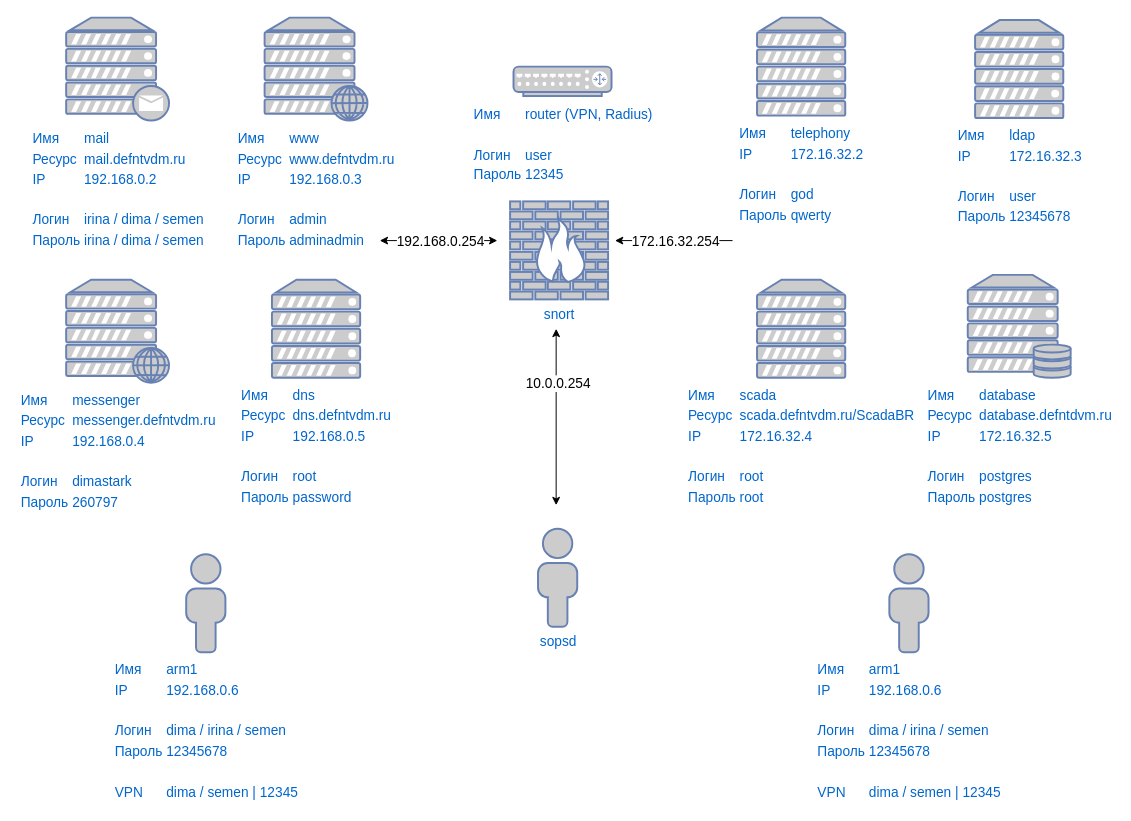
Before: SOPKA.drawio in dimastark/provider-tasks, a draw.io diagram. Source tidied: cells renumbered, new cells numbered last; positions are measured from the earlier drawing's top-left corner, leaving out a move shared by most shapes. Both pictures are drawn from the tidied source at 98%, with x=0, y=0 at pixel (66, 17).
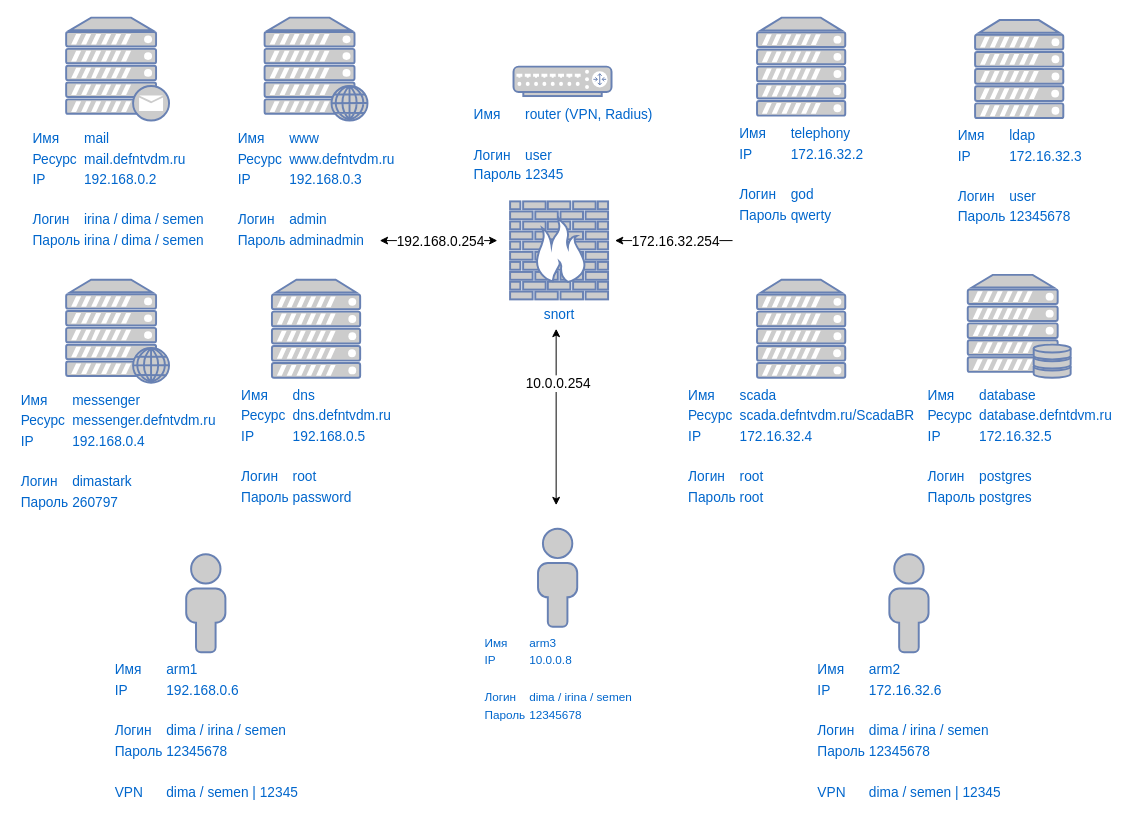
After the change.

The change refers to these unchanged cells:
```xml
<mxCell id="11" style="group;" parent="1" vertex="1">
  <mxGeometry x="705" y="0.5" width="320" height="647.5" as="geometry" />
</mxCell>
```

Diff of the diagram source:
```diff
@@
-    <mxCell id="2" value="&lt;div style=&quot;text-align: left&quot;&gt;&lt;span style=&quot;font-size: 14px&quot;&gt;sopsd&lt;/span&gt;&lt;/div&gt;" style="fontColor=#0066CC;verticalAlign=top;verticalLabelPosition=bottom;labelPosition=center;align=center;html=1;fillColor=#CCCCCC;strokeColor=#6881B3;gradientColor=none;gradientDirection=north;strokeWidth=2;shape=mxgraph.networks.user_male;fontSize=12;" parent="1" vertex="1">
+    <mxCell id="2" value="&lt;div style=&quot;text-align: left&quot;&gt;&lt;table&gt;&lt;tbody&gt;&lt;tr&gt;&lt;td&gt;Имя&lt;/td&gt;&lt;td&gt;arm3&lt;/td&gt;&lt;/tr&gt;&lt;tr&gt;&lt;td&gt;IP&lt;/td&gt;&lt;td&gt;10.0.0.8&lt;/td&gt;&lt;/tr&gt;&lt;tr&gt;&lt;td&gt;&lt;br&gt;&lt;/td&gt;&lt;td&gt;&lt;br&gt;&lt;/td&gt;&lt;/tr&gt;&lt;tr&gt;&lt;td&gt;Логин&lt;/td&gt;&lt;td&gt;dima / irina / semen&lt;/td&gt;&lt;/tr&gt;&lt;tr&gt;&lt;td&gt;Пароль&lt;/td&gt;&lt;td&gt;12345678&lt;/td&gt;&lt;/tr&gt;&lt;tr&gt;&lt;td&gt;&lt;br&gt;&lt;/td&gt;&lt;td&gt;&lt;br&gt;&lt;/td&gt;&lt;/tr&gt;&lt;/tbody&gt;&lt;/table&gt;&lt;br&gt;&lt;/div&gt;" style="fontColor=#0066CC;verticalAlign=top;verticalLabelPosition=bottom;labelPosition=center;align=center;html=1;fillColor=#CCCCCC;strokeColor=#6881B3;gradientColor=none;gradientDirection=north;strokeWidth=2;shape=mxgraph.networks.user_male;fontSize=12;" parent="1" vertex="1">
       <mxGeometry x="481.5" y="522" width="40" height="100" as="geometry" />
     </mxCell>
@@
-    <mxCell id="16" value="&lt;table style=&quot;text-align: left ; font-size: 14px&quot;&gt;&lt;tbody&gt;&lt;tr&gt;&lt;td&gt;&lt;font style=&quot;font-size: 14px&quot;&gt;Имя&lt;/font&gt;&lt;/td&gt;&lt;td&gt;&lt;font style=&quot;font-size: 14px&quot;&gt;arm1&lt;/font&gt;&lt;/td&gt;&lt;/tr&gt;&lt;tr&gt;&lt;td&gt;&lt;font style=&quot;font-size: 14px&quot;&gt;IP&lt;/font&gt;&lt;/td&gt;&lt;td&gt;&lt;font style=&quot;font-size: 14px&quot;&gt;192.168.0.6&lt;/font&gt;&lt;/td&gt;&lt;/tr&gt;&lt;tr&gt;&lt;td&gt;&lt;font style=&quot;font-size: 14px&quot;&gt;&lt;br&gt;&lt;/font&gt;&lt;/td&gt;&lt;td&gt;&lt;font style=&quot;font-size: 14px&quot;&gt;&lt;br&gt;&lt;/font&gt;&lt;/td&gt;&lt;/tr&gt;&lt;tr&gt;&lt;td&gt;&lt;font style=&quot;font-size: 14px&quot;&gt;Логин&lt;/font&gt;&lt;/td&gt;&lt;td&gt;&lt;font style=&quot;font-size: 14px&quot;&gt;dima / irina / semen&lt;/font&gt;&lt;/td&gt;&lt;/tr&gt;&lt;tr&gt;&lt;td&gt;&lt;font style=&quot;font-size: 14px&quot;&gt;Пароль&lt;/font&gt;&lt;/td&gt;&lt;td&gt;&lt;font style=&quot;font-size: 14px&quot;&gt;12345678&lt;/font&gt;&lt;/td&gt;&lt;/tr&gt;&lt;tr&gt;&lt;td&gt;&lt;font style=&quot;font-size: 14px&quot;&gt;&lt;br&gt;&lt;/font&gt;&lt;/td&gt;&lt;td&gt;&lt;font style=&quot;font-size: 14px&quot;&gt;&lt;br&gt;&lt;/font&gt;&lt;/td&gt;&lt;/tr&gt;&lt;tr&gt;&lt;td&gt;&lt;font style=&quot;font-size: 14px&quot;&gt;VPN&lt;/font&gt;&lt;/td&gt;&lt;td&gt;&lt;font style=&quot;font-size: 14px&quot;&gt;dima / semen | 12345&lt;/font&gt;&lt;/td&gt;&lt;/tr&gt;&lt;/tbody&gt;&lt;/table&gt;" style="fontColor=#0066CC;verticalAlign=top;verticalLabelPosition=bottom;labelPosition=center;align=center;html=1;fillColor=#CCCCCC;strokeColor=#6881B3;gradientColor=none;gradientDirection=north;strokeWidth=2;shape=mxgraph.networks.user_male;fontSize=12;" parent="11" vertex="1">
+    <mxCell id="16" value="&lt;table style=&quot;text-align: left ; font-size: 14px&quot;&gt;&lt;tbody&gt;&lt;tr&gt;&lt;td&gt;&lt;font style=&quot;font-size: 14px&quot;&gt;Имя&lt;/font&gt;&lt;/td&gt;&lt;td&gt;&lt;font style=&quot;font-size: 14px&quot;&gt;arm2&lt;/font&gt;&lt;/td&gt;&lt;/tr&gt;&lt;tr&gt;&lt;td&gt;&lt;font style=&quot;font-size: 14px&quot;&gt;IP&lt;/font&gt;&lt;/td&gt;&lt;td&gt;172.16.32.6&lt;/td&gt;&lt;/tr&gt;&lt;tr&gt;&lt;td&gt;&lt;font style=&quot;font-size: 14px&quot;&gt;&lt;br&gt;&lt;/font&gt;&lt;/td&gt;&lt;td&gt;&lt;font style=&quot;font-size: 14px&quot;&gt;&lt;br&gt;&lt;/font&gt;&lt;/td&gt;&lt;/tr&gt;&lt;tr&gt;&lt;td&gt;&lt;font style=&quot;font-size: 14px&quot;&gt;Логин&lt;/font&gt;&lt;/td&gt;&lt;td&gt;&lt;font style=&quot;font-size: 14px&quot;&gt;dima / irina / semen&lt;/font&gt;&lt;/td&gt;&lt;/tr&gt;&lt;tr&gt;&lt;td&gt;&lt;font style=&quot;font-size: 14px&quot;&gt;Пароль&lt;/font&gt;&lt;/td&gt;&lt;td&gt;&lt;font style=&quot;font-size: 14px&quot;&gt;12345678&lt;/font&gt;&lt;/td&gt;&lt;/tr&gt;&lt;tr&gt;&lt;td&gt;&lt;font style=&quot;font-size: 14px&quot;&gt;&lt;br&gt;&lt;/font&gt;&lt;/td&gt;&lt;td&gt;&lt;font style=&quot;font-size: 14px&quot;&gt;&lt;br&gt;&lt;/font&gt;&lt;/td&gt;&lt;/tr&gt;&lt;tr&gt;&lt;td&gt;&lt;font style=&quot;font-size: 14px&quot;&gt;VPN&lt;/font&gt;&lt;/td&gt;&lt;td&gt;&lt;font style=&quot;font-size: 14px&quot;&gt;dima / semen | 12345&lt;/font&gt;&lt;/td&gt;&lt;/tr&gt;&lt;/tbody&gt;&lt;/table&gt;" style="fontColor=#0066CC;verticalAlign=top;verticalLabelPosition=bottom;labelPosition=center;align=center;html=1;fillColor=#CCCCCC;strokeColor=#6881B3;gradientColor=none;gradientDirection=north;strokeWidth=2;shape=mxgraph.networks.user_male;fontSize=12;" parent="11" vertex="1">
       <mxGeometry x="135" y="547.5" width="40" height="100" as="geometry" />
     </mxCell>
```
